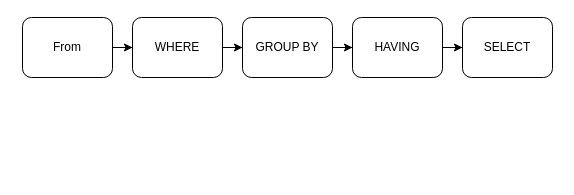
The draw.io diagram sql_process.drawio in david-gao1/diagrams, before the edit. Source tidied: cells renumbered, new cells numbered last; positions are measured from the earlier drawing's top-left corner, leaving out a move shared by most shapes. Both pictures are drawn from the tidied source at 100%, with x=0, y=0 at pixel (22, 17).
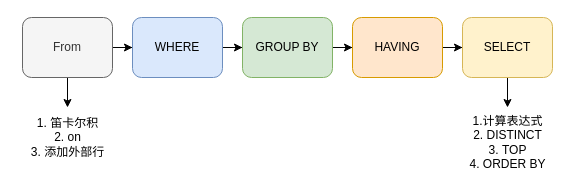
After the change.

Change to the diagram source:
```diff
@@
 <mxGraphModel>
   <root>
     <mxCell id="0" />
     <mxCell id="1" parent="0" />
     <mxCell id="2" style="edgeStyle=orthogonalEdgeStyle;rounded=0;jettySize=auto;html=1;" parent="1" edge="1" source="3" target="5">
       <mxGeometry relative="1" as="geometry" />
     </mxCell>
+    <mxCell id="11" style="edgeStyle=orthogonalEdgeStyle;rounded=0;jettySize=auto;html=1;" parent="1" edge="1" source="3" target="13">
+      <mxGeometry relative="1" as="geometry" />
+    </mxCell>
-    <mxCell id="3" value="From" style="rounded=1;whiteSpace=wrap;html=1;" parent="1" vertex="1">
+    <mxCell id="3" value="From" style="rounded=1;whiteSpace=wrap;html=1;fillColor=#f5f5f5;fontColor=#333333;strokeColor=#666666;" parent="1" vertex="1">
       <mxGeometry width="90" height="60" as="geometry" />
     </mxCell>
     <mxCell id="4" style="edgeStyle=orthogonalEdgeStyle;rounded=0;jettySize=auto;html=1;" parent="1" edge="1" source="5" target="7">
       <mxGeometry relative="1" as="geometry" />
     </mxCell>
-    <mxCell id="5" value="WHERE" style="rounded=1;whiteSpace=wrap;html=1;" parent="1" vertex="1">
+    <mxCell id="5" value="WHERE" style="rounded=1;whiteSpace=wrap;html=1;fillColor=#dae8fc;strokeColor=#6c8ebf;" parent="1" vertex="1">
       <mxGeometry x="110" width="90" height="60" as="geometry" />
     </mxCell>
     <mxCell id="6" style="edgeStyle=orthogonalEdgeStyle;rounded=0;jettySize=auto;html=1;" parent="1" edge="1" source="7" target="9">
       <mxGeometry relative="1" as="geometry" />
     </mxCell>
-    <mxCell id="7" value="GROUP BY" style="rounded=1;whiteSpace=wrap;html=1;" parent="1" vertex="1">
+    <mxCell id="7" value="GROUP BY" style="rounded=1;whiteSpace=wrap;html=1;fillColor=#d5e8d4;strokeColor=#82b366;" parent="1" vertex="1">
       <mxGeometry x="220" width="90" height="60" as="geometry" />
     </mxCell>
     <mxCell id="8" style="edgeStyle=orthogonalEdgeStyle;rounded=0;jettySize=auto;html=1;" parent="1" edge="1" source="9" target="10">
       <mxGeometry relative="1" as="geometry" />
     </mxCell>
-    <mxCell id="9" value="HAVING" style="rounded=1;whiteSpace=wrap;html=1;" parent="1" vertex="1">
+    <mxCell id="9" value="HAVING" style="rounded=1;whiteSpace=wrap;html=1;fillColor=#ffe6cc;strokeColor=#d79b00;" parent="1" vertex="1">
       <mxGeometry x="330" width="90" height="60" as="geometry" />
     </mxCell>
+    <mxCell id="12" style="edgeStyle=orthogonalEdgeStyle;rounded=0;jettySize=auto;html=1;" parent="1" edge="1" source="10" target="14">
+      <mxGeometry relative="1" as="geometry" />
+    </mxCell>
-    <mxCell id="10" value="SELECT" style="rounded=1;whiteSpace=wrap;html=1;" parent="1" vertex="1">
+    <mxCell id="10" value="SELECT" style="rounded=1;whiteSpace=wrap;html=1;fillColor=#fff2cc;strokeColor=#d6b656;" parent="1" vertex="1">
       <mxGeometry x="440" width="90" height="60" as="geometry" />
     </mxCell>
+    <mxCell id="13" value="1. 笛卡尔积&lt;br&gt;2. on&lt;br&gt;3. 添加外部行" style="text;html=1;align=center;verticalAlign=middle;points=[];strokeColor=none;fillColor=none;" parent="1" vertex="1">
+      <mxGeometry x="-5" y="90" width="100" height="60" as="geometry" />
+    </mxCell>
+    <mxCell id="14" value="1.计算表达式&lt;br&gt;2. DISTINCT&lt;br&gt;3.&amp;nbsp;TOP&lt;br&gt;4.&amp;nbsp;ORDER BY" style="text;html=1;align=center;verticalAlign=middle;points=[];strokeColor=none;fillColor=none;" parent="1" vertex="1">
+      <mxGeometry x="435" y="90" width="100" height="70" as="geometry" />
+    </mxCell>
   </root>
 </mxGraphModel>
```
